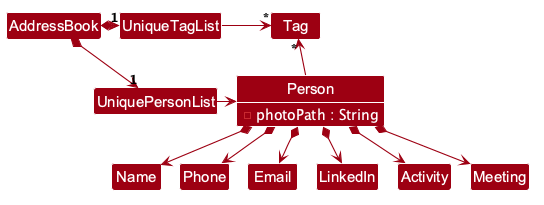
AY2627S1-CS2103T-W12-2/tp keeps this PlantUML diagram as docs/images/BetterModelClassDiagram.png. Above is the earlier version.
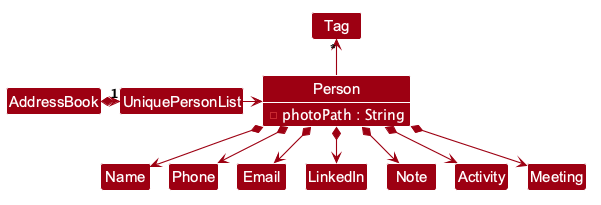
After the change.

Commit message:
Discard obsolete photo requests and correct model diagrams

Change to the diagram source:
```diff
@@ -7,11 +7,7 @@
 skinparam classAttributeFontColor #FFFFFF
 
 AddressBook *-right-> "1" UniquePersonList
-AddressBook *-right-> "1" UniqueTagList
-UniqueTagList -[hidden]down- UniquePersonList
-UniqueTagList -[hidden]down- UniquePersonList
 
-UniqueTagList -right-> "*" Tag
 UniquePersonList -right-> Person
 
 Person -up-> "*" Tag
@@ -20,6 +16,7 @@
 Person *--> Phone
 Person *--> Email
 Person *--> LinkedIn
+Person *--> Note
 Person *--> Activity
 Person *--> Meeting
 class Person {
```
